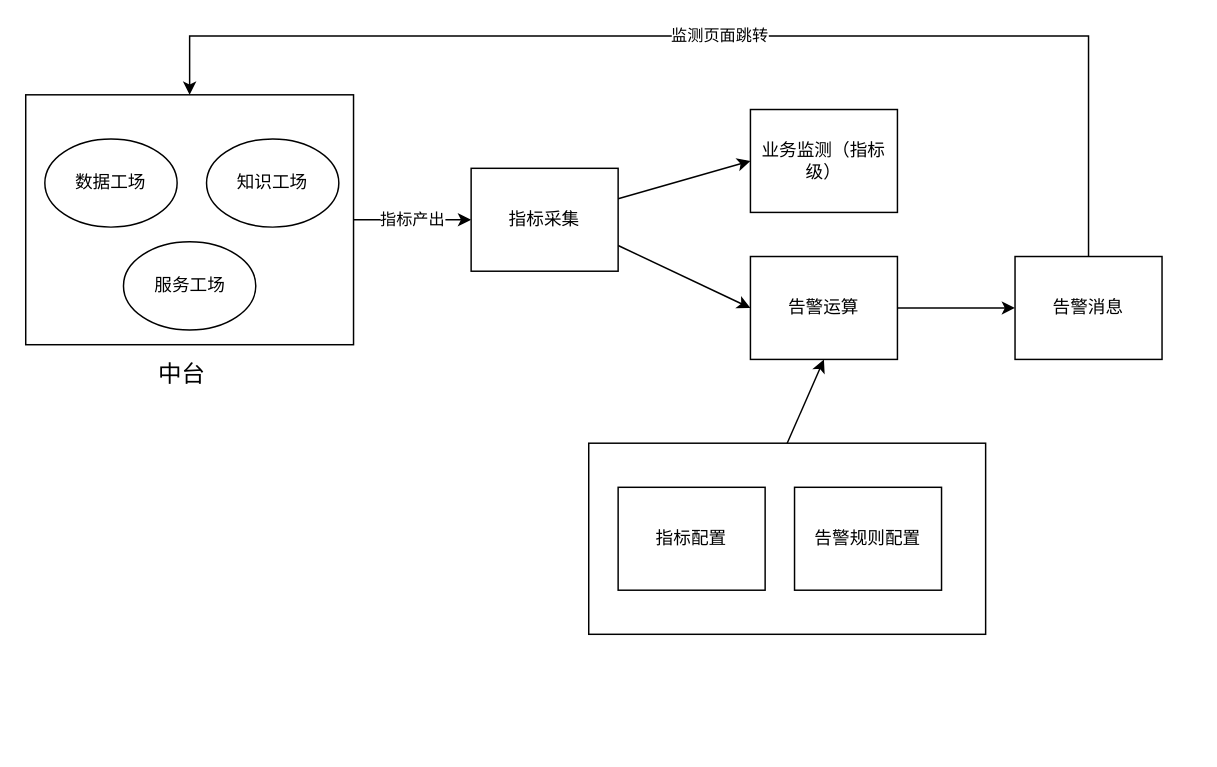
dengyun19900722/tech-study-docs keeps this draw.io diagram as 数瞳-项目规划.drawio. Above is the earlier version. Source tidied: cells renumbered, new cells numbered last; positions are measured from the earlier drawing's top-left corner, leaving out a move shared by most shapes. Both pictures are drawn from the tidied source at 147%, with x=0, y=0 at pixel (25, 35).
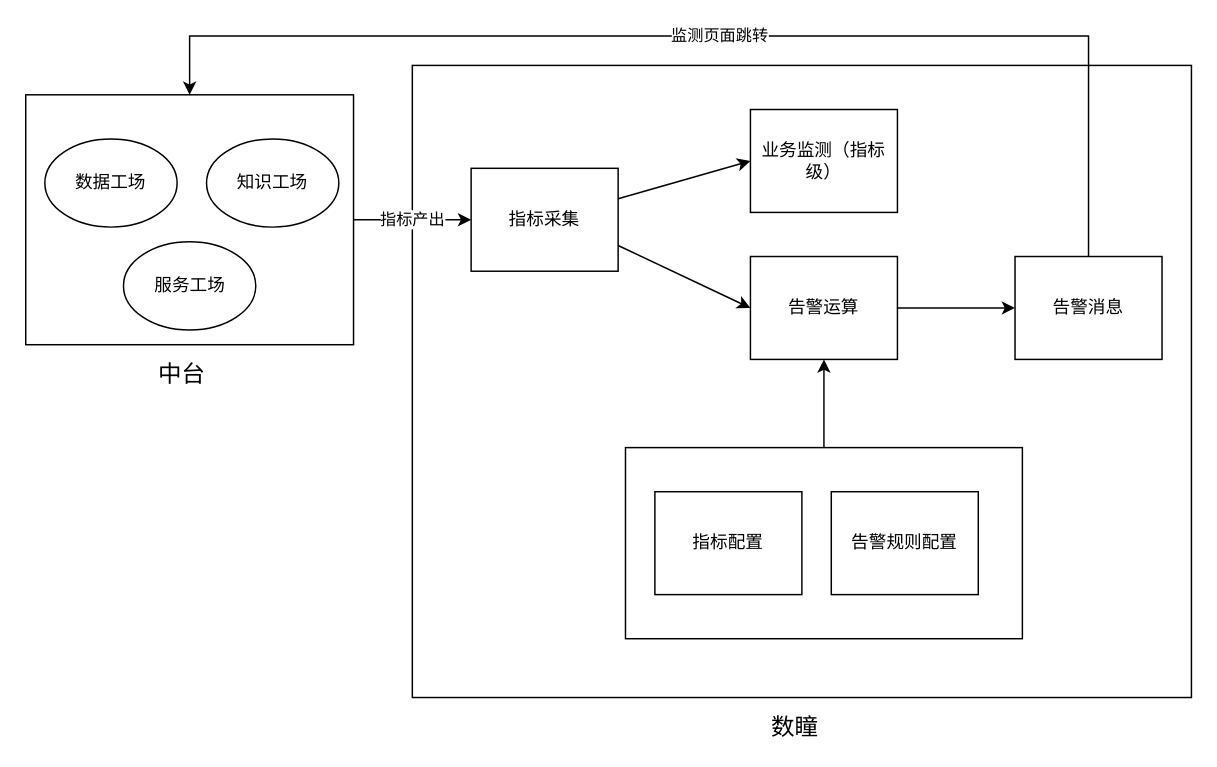
Above is the later version.

Commit message:
Update 数瞳-项目规划.drawio

Unchanged cells that the change refers to:
```xml
<mxCell id="14" value="告警运算" style="rounded=0;whiteSpace=wrap;html=1;" parent="1" vertex="1">
  <mxGeometry x="493" y="150" width="100" height="70" as="geometry" />
</mxCell>
```

Change to the diagram source:
```diff
@@
-    <mxCell id="2" style="edgeStyle=none;rounded=0;jettySize=auto;html=1;exitX=0.5;exitY=0;exitDx=0;exitDy=0;entryX=0.5;entryY=1;entryDx=0;entryDy=0;" parent="1" edge="1" source="3" target="14">
-      <mxGeometry relative="1" as="geometry" />
-    </mxCell>
-    <mxCell id="3" style="rounded=0;whiteSpace=wrap;html=1;shadow=0;" parent="1" vertex="1">
-      <mxGeometry x="383" y="277" width="270" height="130" as="geometry" />
-    </mxCell>
+    <mxCell id="20" style="rounded=0;whiteSpace=wrap;html=1;" parent="1" vertex="1">
+      <mxGeometry x="263" y="20" width="530" height="430" as="geometry" />
+    </mxCell>
+    <mxCell id="21" style="edgeStyle=none;rounded=0;jettySize=auto;html=1;exitX=0.5;exitY=0;exitDx=0;exitDy=0;entryX=0.5;entryY=1;entryDx=0;entryDy=0;" parent="1" edge="1" source="22" target="14">
+      <mxGeometry relative="1" as="geometry" />
+    </mxCell>
+    <mxCell id="22" style="rounded=0;whiteSpace=wrap;html=1;shadow=0;" parent="1" vertex="1">
+      <mxGeometry x="408" y="280" width="270" height="130" as="geometry" />
+    </mxCell>
@@
     <mxCell id="15" value="告警规则配置" style="rounded=0;whiteSpace=wrap;html=1;" parent="1" vertex="1">
-      <mxGeometry x="523" y="307" width="100" height="70" as="geometry" />
+      <mxGeometry x="548" y="310" width="100" height="70" as="geometry" />
     </mxCell>
     <mxCell id="16" value="指标配置" style="rounded=0;whiteSpace=wrap;html=1;" parent="1" vertex="1">
-      <mxGeometry x="403" y="307" width="100" height="70" as="geometry" />
+      <mxGeometry x="428" y="310" width="100" height="70" as="geometry" />
     </mxCell>
@@
+    <mxCell id="23" value="数瞳" style="text;html=1;align=center;verticalAlign=middle;strokeColor=none;fontSize=16;" parent="1" vertex="1">
+      <mxGeometry x="498" y="460" width="50" height="20" as="geometry" />
+    </mxCell>
```
